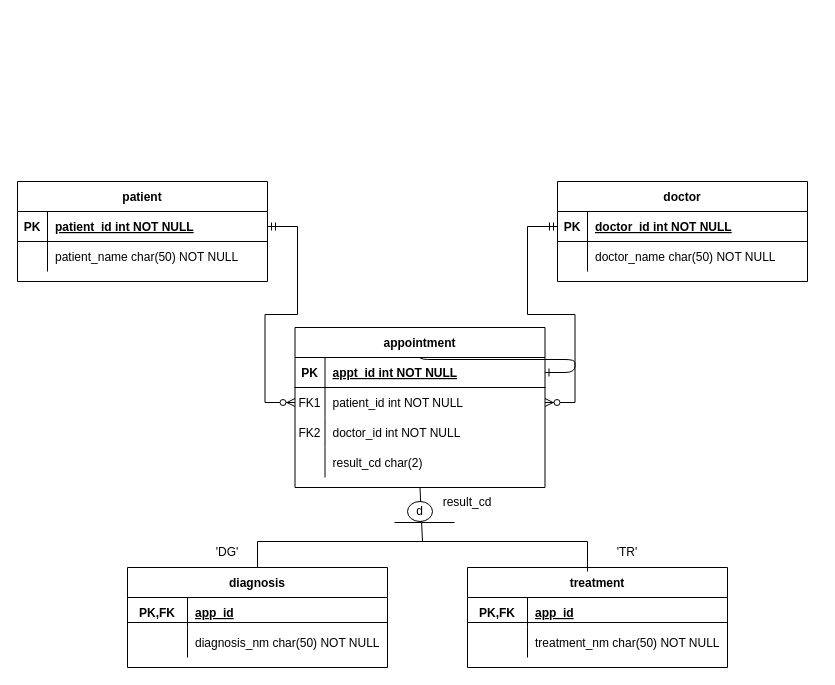
yarafatin/app.diagrams keeps this draw.io diagram as ait524-m2.1-2.drawio. Above is the earlier version. Source tidied: cells renumbered, new cells numbered last; positions are measured from the earlier drawing's top-left corner, leaving out a move shared by most shapes. Both pictures are drawn from the tidied source at 100%, with x=0, y=0 at pixel (17, 181).
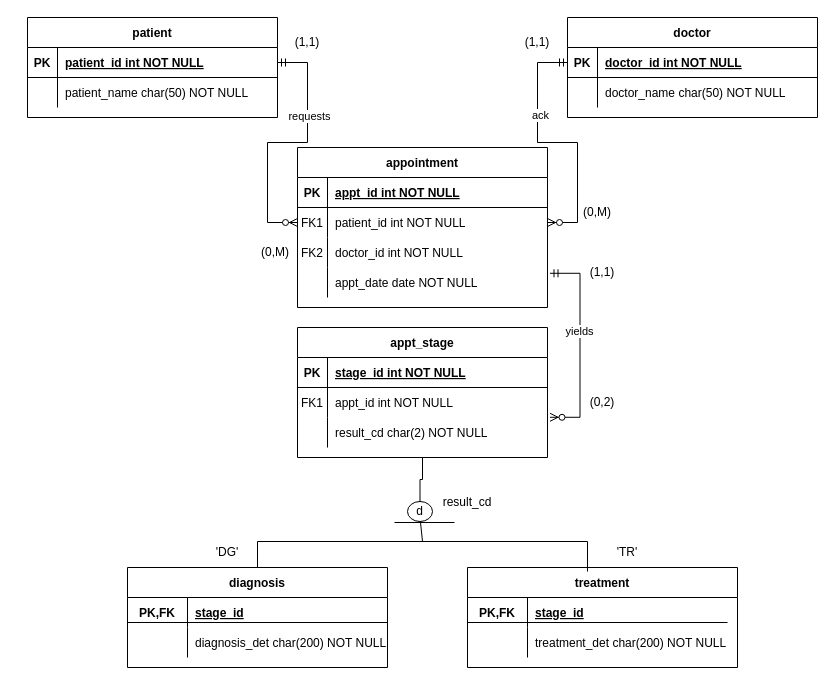
The same page after the edit.

The change refers to these unchanged cells:
```xml
<mxCell id="5" style="shape=partialRectangle;fillColor=none;points=[[0,0.5],[1,0.5]];portConstraint=eastwest;top=0;left=0;right=0;bottom=1;" parent="4" vertex="1">
  <mxGeometry y="30" width="250" height="30" as="geometry" />
</mxCell>
<mxCell id="14" style="shape=partialRectangle;fillColor=none;points=[[0,0.5],[1,0.5]];portConstraint=eastwest;top=0;left=0;right=0;bottom=0;" parent="4" vertex="1">
  <mxGeometry y="120" width="250" height="30" as="geometry" />
</mxCell>
<mxCell id="32" style="shape=tableRow;horizontal=0;startSize=0;swimlaneHead=0;swimlaneBody=0;fillColor=none;top=0;left=0;right=0;bottom=0;" parent="31" vertex="1">
  <mxGeometry y="30" width="260" height="30" as="geometry" />
</mxCell>
<mxCell id="35" style="shape=tableRow;horizontal=0;startSize=0;swimlaneHead=0;swimlaneBody=0;fillColor=none;top=0;left=0;right=0;bottom=0;" parent="31" vertex="1">
  <mxGeometry y="60" width="260" height="30" as="geometry" />
</mxCell>
<mxCell id="47" value="d" style="ellipse;whiteSpace=wrap;html=1;align=center;" parent="1" vertex="1">
  <mxGeometry x="390" y="320" width="25" height="20" as="geometry" />
</mxCell>
<mxCell id="55" style="edgeStyle=entityRelationEdgeStyle;fontSize=12;html=1;endArrow=ERzeroToMany;startArrow=ERmandOne;rounded=0;exitX=1;exitY=0.5;exitDx=0;exitDy=0;entryX=0;entryY=0.5;entryDx=0;entryDy=0;" parent="1" edge="1" source="25" target="8">
  <mxGeometry relative="1" as="geometry" />
</mxCell>
<mxCell id="56" style="edgeStyle=entityRelationEdgeStyle;fontSize=12;html=1;endArrow=ERzeroToMany;startArrow=ERmandOne;rounded=0;entryX=1;entryY=0.5;entryDx=0;entryDy=0;" parent="1" edge="1" source="18" target="8">
  <mxGeometry relative="1" as="geometry" />
</mxCell>
```

What changed in the source:
```diff
@@
-    <mxCell id="2" style="endArrow=none;html=1;rounded=0;entryX=0.5;entryY=1;entryDx=0;entryDy=0;" parent="1" edge="1" target="4">
+    <mxCell id="2" style="endArrow=none;html=1;rounded=0;entryX=0.5;entryY=1;entryDx=0;entryDy=0;" parent="1" edge="1">
       <mxGeometry relative="1" as="geometry">
         <mxPoint x="405" y="360" as="sourcePoint" />
+        <mxPoint x="402.5" y="336" as="targetPoint" />
       </mxGeometry>
     </mxCell>
-    <mxCell id="3" style="edgeStyle=entityRelationEdgeStyle;endArrow=ERzeroToMany;startArrow=ERone;endFill=1;startFill=0;" parent="1" edge="1" source="5">
-      <mxGeometry relative="1" as="geometry">
-        <mxPoint x="430" y="165" as="targetPoint" />
-      </mxGeometry>
-    </mxCell>
     <mxCell id="4" value="appointment" style="shape=table;startSize=30;childLayout=tableLayout;rowLines=0;fontStyle=1;align=center;" parent="1" vertex="1">
-      <mxGeometry x="277.5" y="146" width="250" height="160" as="geometry" />
+      <mxGeometry x="280" y="-34" width="250" height="160" as="geometry" />
     </mxCell>
@@
-    <mxCell id="16" value="result_cd char(2) " style="shape=partialRectangle;overflow=hidden;fillColor=none;top=0;left=0;bottom=0;right=0;align=left;spacingLeft=6;" parent="14" vertex="1">
+    <mxCell id="16" value="appt_date date NOT NULL" style="shape=partialRectangle;overflow=hidden;fillColor=none;top=0;left=0;bottom=0;right=0;align=left;spacingLeft=6;" parent="14" vertex="1">
       <mxGeometry x="30" width="220" height="30" as="geometry" />
     </mxCell>
     <mxCell id="17" value="doctor" style="shape=table;startSize=30;childLayout=tableLayout;rowLines=0;fontStyle=1;align=center;" parent="1" vertex="1">
-      <mxGeometry x="540" width="250" height="100" as="geometry" />
+      <mxGeometry x="550" y="-164" width="250" height="100" as="geometry" />
     </mxCell>
@@
     <mxCell id="24" value="patient" style="shape=table;startSize=30;childLayout=tableLayout;rowLines=0;fontStyle=1;align=center;" parent="1" vertex="1">
-      <mxGeometry width="250" height="100" as="geometry" />
+      <mxGeometry x="10" y="-164" width="250" height="100" as="geometry" />
     </mxCell>
@@
-    <mxCell id="34" value="app_id" style="shape=partialRectangle;fillColor=none;top=0;left=0;bottom=0;right=0;align=left;spacingLeft=6;fontStyle=5;overflow=hidden;" parent="32" vertex="1">
+    <mxCell id="34" value="stage_id" style="shape=partialRectangle;fillColor=none;top=0;left=0;bottom=0;right=0;align=left;spacingLeft=6;fontStyle=5;overflow=hidden;" parent="32" vertex="1">
       <mxGeometry x="60" width="200" height="30" as="geometry" />
     </mxCell>
@@
-    <mxCell id="37" value="diagnosis_nm char(50) NOT NULL" style="shape=partialRectangle;fillColor=none;top=0;left=0;bottom=0;right=0;align=left;spacingLeft=6;overflow=hidden;" parent="35" vertex="1">
+    <mxCell id="37" value="diagnosis_det char(200) NOT NULL" style="shape=partialRectangle;fillColor=none;top=0;left=0;bottom=0;right=0;align=left;spacingLeft=6;overflow=hidden;" parent="35" vertex="1">
       <mxGeometry x="60" width="200" height="30" as="geometry" />
     </mxCell>
@@
     <mxCell id="39" value="treatment" style="shape=table;startSize=30;childLayout=tableLayout;rowLines=0;fontStyle=1;align=center;" parent="1" vertex="1">
-      <mxGeometry x="450" y="386" width="260" height="100" as="geometry" />
+      <mxGeometry x="450" y="386" width="270" height="100" as="geometry" />
     </mxCell>
     <mxCell id="40" style="shape=tableRow;horizontal=0;startSize=0;swimlaneHead=0;swimlaneBody=0;fillColor=none;top=0;left=0;right=0;bottom=0;" parent="39" vertex="1">
-      <mxGeometry y="30" width="260" height="30" as="geometry" />
+      <mxGeometry y="30" width="270" height="30" as="geometry" />
     </mxCell>
@@
-    <mxCell id="42" value="app_id" style="shape=partialRectangle;fillColor=none;top=0;left=0;bottom=0;right=0;align=left;spacingLeft=6;fontStyle=5;overflow=hidden;" parent="40" vertex="1">
-      <mxGeometry x="60" width="200" height="30" as="geometry" />
+    <mxCell id="42" value="stage_id" style="shape=partialRectangle;fillColor=none;top=0;left=0;bottom=0;right=0;align=left;spacingLeft=6;fontStyle=5;overflow=hidden;" parent="40" vertex="1">
+      <mxGeometry x="60" width="210" height="30" as="geometry" />
     </mxCell>
     <mxCell id="43" style="shape=tableRow;horizontal=0;startSize=0;swimlaneHead=0;swimlaneBody=0;fillColor=none;top=0;left=0;right=0;bottom=0;" parent="39" vertex="1">
-      <mxGeometry y="60" width="260" height="30" as="geometry" />
+      <mxGeometry y="60" width="270" height="30" as="geometry" />
     </mxCell>
@@
-    <mxCell id="45" value="treatment_nm char(50) NOT NULL" style="shape=partialRectangle;fillColor=none;top=0;left=0;bottom=0;right=0;align=left;spacingLeft=6;overflow=hidden;" parent="43" vertex="1">
-      <mxGeometry x="60" width="200" height="30" as="geometry" />
+    <mxCell id="45" value="treatment_det char(200) NOT NULL" style="shape=partialRectangle;fillColor=none;top=0;left=0;bottom=0;right=0;align=left;spacingLeft=6;overflow=hidden;" parent="43" vertex="1">
+      <mxGeometry x="60" width="210" height="30" as="geometry" />
     </mxCell>
@@
+    <mxCell id="57" value="requests" style="edgeLabel;html=1;align=center;verticalAlign=middle;" parent="55" vertex="1">
+      <mxGeometry x="-0.36" y="1" relative="1" as="geometry" />
+    </mxCell>
@@
+    <mxCell id="58" value="ack" style="edgeLabel;html=1;align=center;verticalAlign=middle;" parent="56" vertex="1">
+      <mxGeometry x="-0.37" y="2" relative="1" as="geometry" />
+    </mxCell>
+    <mxCell id="59" value="(1,1)" style="text;html=1;strokeColor=none;fillColor=none;align=center;verticalAlign=middle;whiteSpace=wrap;rounded=0;" parent="1" vertex="1">
+      <mxGeometry x="260" y="-154" width="60" height="30" as="geometry" />
+    </mxCell>
+    <mxCell id="60" value="(0,M)" style="text;html=1;strokeColor=none;fillColor=none;align=center;verticalAlign=middle;whiteSpace=wrap;rounded=0;" parent="1" vertex="1">
+      <mxGeometry x="227.5" y="56" width="60" height="30" as="geometry" />
+    </mxCell>
+    <mxCell id="61" value="(1,1)" style="text;html=1;strokeColor=none;fillColor=none;align=center;verticalAlign=middle;whiteSpace=wrap;rounded=0;" parent="1" vertex="1">
+      <mxGeometry x="490" y="-154" width="60" height="30" as="geometry" />
+    </mxCell>
+    <mxCell id="62" value="(0,M)" style="text;html=1;strokeColor=none;fillColor=none;align=center;verticalAlign=middle;whiteSpace=wrap;rounded=0;" parent="1" vertex="1">
+      <mxGeometry x="550" y="16" width="60" height="30" as="geometry" />
+    </mxCell>
+    <mxCell id="63" style="edgeStyle=orthogonalEdgeStyle;rounded=0;jettySize=auto;html=1;exitX=0.5;exitY=1;exitDx=0;exitDy=0;entryX=0.5;entryY=0;entryDx=0;entryDy=0;endArrow=none;endFill=0;" parent="1" edge="1" source="64" target="47">
+      <mxGeometry relative="1" as="geometry" />
+    </mxCell>
+    <mxCell id="64" value="appt_stage" style="shape=table;startSize=30;childLayout=tableLayout;rowLines=0;fontStyle=1;align=center;" parent="1" vertex="1">
+      <mxGeometry x="280" y="146" width="250" height="130" as="geometry" />
+    </mxCell>
+    <mxCell id="65" style="shape=partialRectangle;fillColor=none;top=0;left=0;right=0;bottom=1;" parent="64" vertex="1">
+      <mxGeometry y="30" width="250" height="30" as="geometry" />
+    </mxCell>
+    <mxCell id="66" value="PK" style="shape=partialRectangle;overflow=hidden;fillColor=none;top=0;left=0;bottom=0;right=0;fontStyle=1;" parent="65" vertex="1">
+      <mxGeometry width="30" height="30" as="geometry" />
+    </mxCell>
+    <mxCell id="67" value="stage_id int NOT NULL " style="shape=partialRectangle;overflow=hidden;fillColor=none;top=0;left=0;bottom=0;right=0;align=left;spacingLeft=6;fontStyle=5;" parent="65" vertex="1">
+      <mxGeometry x="30" width="220" height="30" as="geometry" />
+    </mxCell>
+    <mxCell id="68" style="shape=partialRectangle;fillColor=none;top=0;left=0;right=0;bottom=0;" parent="64" vertex="1">
+      <mxGeometry y="60" width="250" height="30" as="geometry" />
+    </mxCell>
+    <mxCell id="69" value="FK1" style="shape=partialRectangle;overflow=hidden;fillColor=none;top=0;left=0;bottom=0;right=0;" parent="68" vertex="1">
+      <mxGeometry width="30" height="30" as="geometry" />
+    </mxCell>
+    <mxCell id="70" value="appt_id int NOT NULL" style="shape=partialRectangle;overflow=hidden;fillColor=none;top=0;left=0;bottom=0;right=0;align=left;spacingLeft=6;" parent="68" vertex="1">
+      <mxGeometry x="30" width="220" height="30" as="geometry" />
+    </mxCell>
+    <mxCell id="71" style="shape=partialRectangle;fillColor=none;points=[[0,0.5],[1,0.5]];portConstraint=eastwest;top=0;left=0;right=0;bottom=0;" parent="64" vertex="1">
+      <mxGeometry y="90" width="250" height="30" as="geometry" />
+    </mxCell>
+    <mxCell id="72" style="shape=partialRectangle;overflow=hidden;fillColor=none;top=0;left=0;bottom=0;right=0;" parent="71" vertex="1">
+      <mxGeometry width="30" height="30" as="geometry" />
+    </mxCell>
+    <mxCell id="73" value="result_cd char(2) NOT NULL" style="shape=partialRectangle;overflow=hidden;fillColor=none;top=0;left=0;bottom=0;right=0;align=left;spacingLeft=6;" parent="71" vertex="1">
+      <mxGeometry x="30" width="220" height="30" as="geometry" />
+    </mxCell>
+    <mxCell id="74" style="edgeStyle=entityRelationEdgeStyle;fontSize=12;html=1;endArrow=ERzeroToMany;startArrow=ERmandOne;rounded=0;exitX=1.01;exitY=0.193;exitDx=0;exitDy=0;exitPerimeter=0;entryX=1.01;entryY=-0.007;entryDx=0;entryDy=0;entryPerimeter=0;" parent="1" edge="1" source="14" target="71">
+      <mxGeometry relative="1" as="geometry" />
+    </mxCell>
+    <mxCell id="75" value="yields" style="edgeLabel;html=1;align=center;verticalAlign=middle;" parent="74" vertex="1">
+      <mxGeometry x="-0.13" y="-1" relative="1" as="geometry">
+        <mxPoint y="-1" as="offset" />
+      </mxGeometry>
+    </mxCell>
+    <mxCell id="76" value="(1,1)" style="text;html=1;strokeColor=none;fillColor=none;align=center;verticalAlign=middle;whiteSpace=wrap;rounded=0;" parent="1" vertex="1">
+      <mxGeometry x="555" y="76" width="60" height="30" as="geometry" />
+    </mxCell>
+    <mxCell id="77" value="(0,2)" style="text;html=1;strokeColor=none;fillColor=none;align=center;verticalAlign=middle;whiteSpace=wrap;rounded=0;" parent="1" vertex="1">
+      <mxGeometry x="555" y="206" width="60" height="30" as="geometry" />
+    </mxCell>
```
